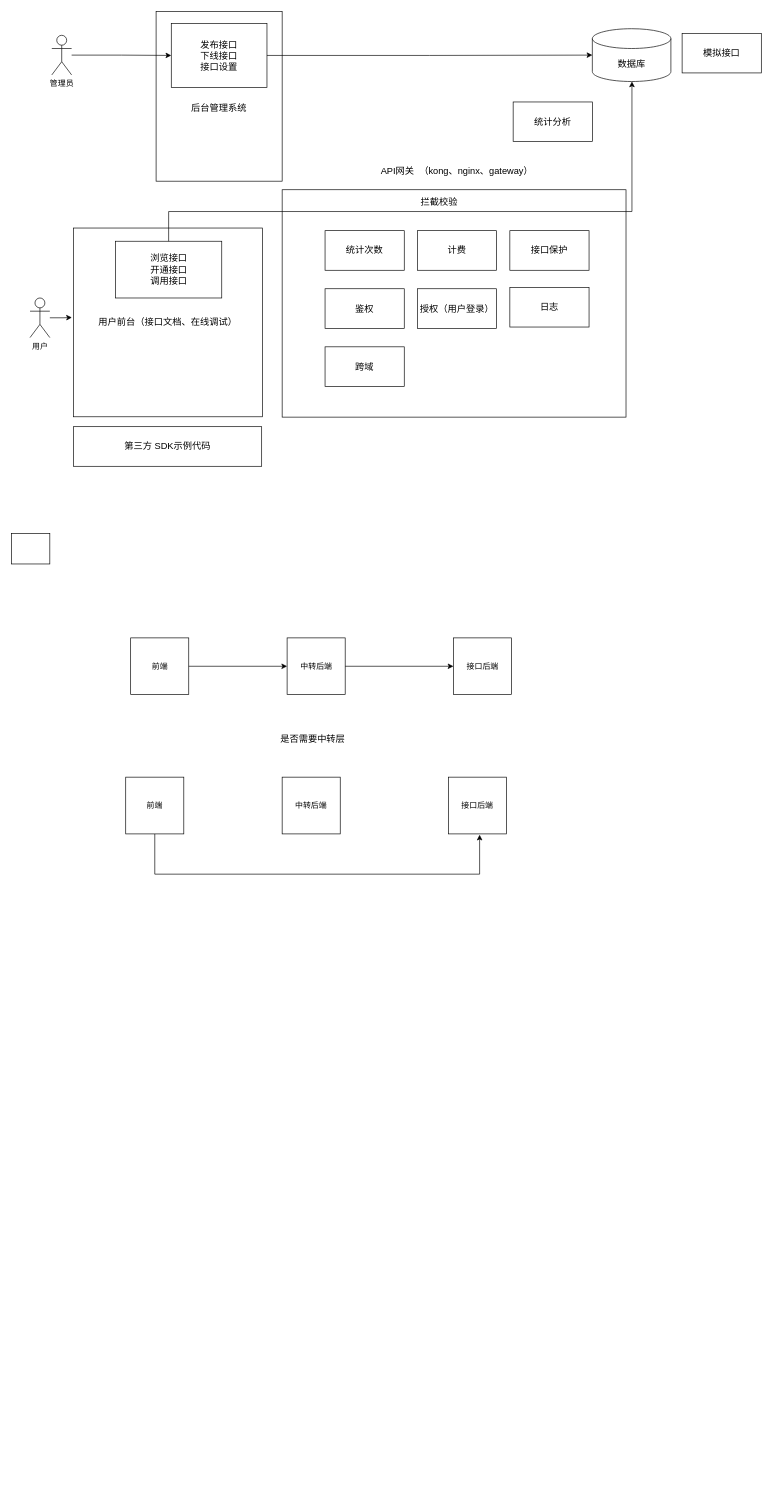
NingWest01/api-interface-open-platform keeps this draw.io diagram as Api接口平台业务流程图.drawio. Above is the earlier version. Source tidied: cells renumbered, new cells numbered last; positions are measured from the earlier drawing's top-left corner, leaving out a move shared by most shapes. Both pictures are drawn from the tidied source at 66%, with x=0, y=0 at pixel (11, 11).
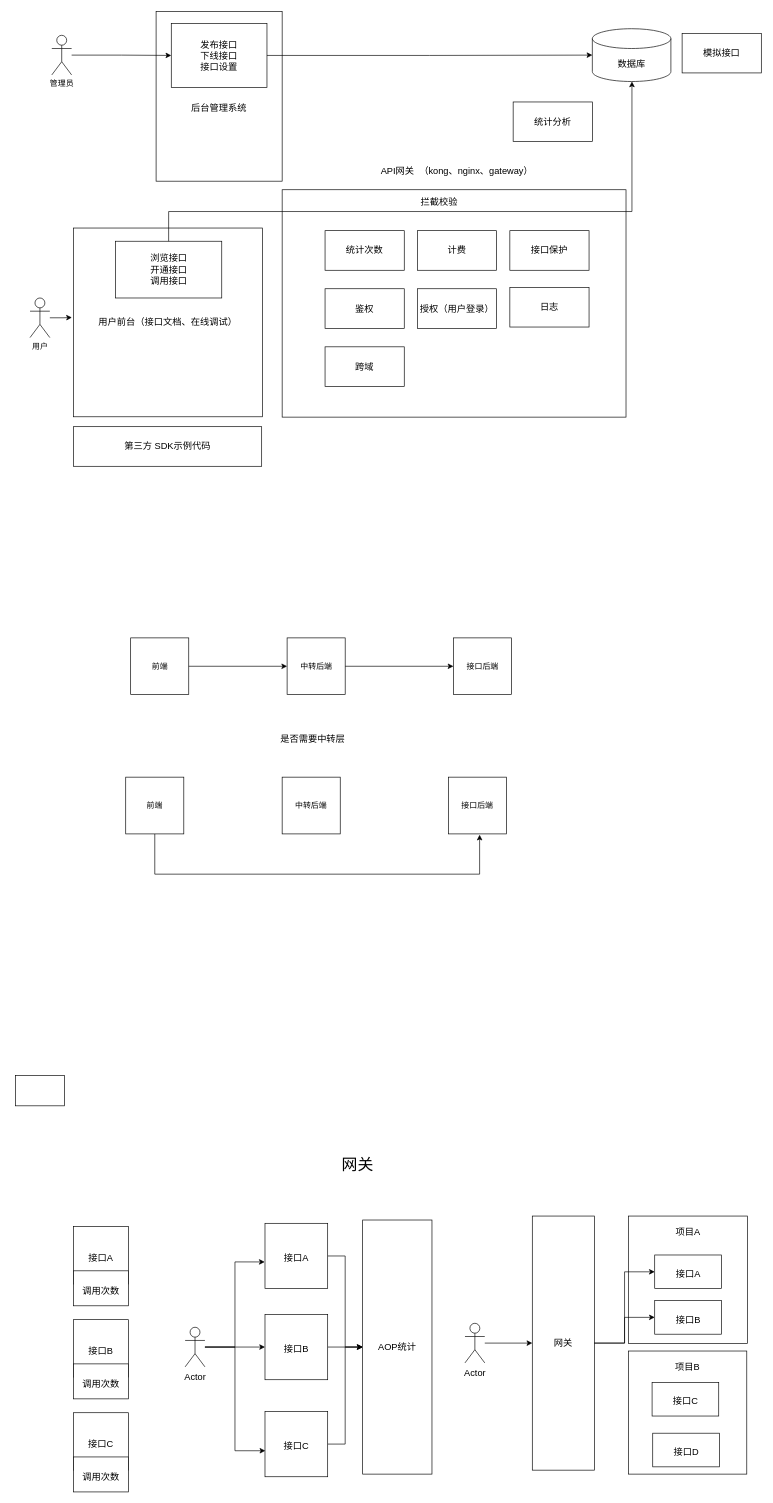
The same diagram, later.

Diff of the diagram source:
```diff
@@
     <mxCell id="28" style="rounded=0;whiteSpace=wrap;html=1;" parent="1" vertex="1">
-      <mxGeometry y="791" width="58" height="46" as="geometry" />
+      <mxGeometry x="6" y="1612" width="74" height="46" as="geometry" />
     </mxCell>
@@
+    <mxCell id="40" value="&lt;font style=&quot;font-size: 24px;&quot;&gt;网关&lt;/font&gt;" style="text;html=1;strokeColor=none;fillColor=none;align=center;verticalAlign=middle;whiteSpace=wrap;rounded=0;" parent="1" vertex="1">
+      <mxGeometry x="384" y="1733" width="281" height="30" as="geometry" />
+    </mxCell>
+    <mxCell id="41" value="&lt;font style=&quot;font-size: 14px;&quot;&gt;接口A&lt;/font&gt;" style="rounded=0;whiteSpace=wrap;html=1;fontSize=24;" parent="1" vertex="1">
+      <mxGeometry x="94" y="1841" width="83" height="87" as="geometry" />
+    </mxCell>
+    <mxCell id="42" value="&lt;span style=&quot;font-size: 14px;&quot;&gt;调用次数&lt;/span&gt;" style="rounded=0;whiteSpace=wrap;html=1;fontSize=24;" parent="1" vertex="1">
+      <mxGeometry x="94" y="1908" width="83" height="53" as="geometry" />
+    </mxCell>
+    <mxCell id="43" value="&lt;font style=&quot;font-size: 14px;&quot;&gt;接口B&lt;/font&gt;" style="rounded=0;whiteSpace=wrap;html=1;fontSize=24;" parent="1" vertex="1">
+      <mxGeometry x="94" y="1982" width="83" height="87" as="geometry" />
+    </mxCell>
+    <mxCell id="44" value="&lt;span style=&quot;font-size: 14px;&quot;&gt;调用次数&lt;/span&gt;" style="rounded=0;whiteSpace=wrap;html=1;fontSize=24;" parent="1" vertex="1">
+      <mxGeometry x="94" y="2049" width="83" height="53" as="geometry" />
+    </mxCell>
+    <mxCell id="45" value="&lt;font style=&quot;font-size: 14px;&quot;&gt;接口C&lt;/font&gt;" style="rounded=0;whiteSpace=wrap;html=1;fontSize=24;" parent="1" vertex="1">
+      <mxGeometry x="94" y="2123" width="83" height="87" as="geometry" />
+    </mxCell>
+    <mxCell id="46" value="&lt;span style=&quot;font-size: 14px;&quot;&gt;调用次数&lt;/span&gt;" style="rounded=0;whiteSpace=wrap;html=1;fontSize=24;" parent="1" vertex="1">
+      <mxGeometry x="94" y="2190" width="83" height="53" as="geometry" />
+    </mxCell>
+    <mxCell id="47" style="edgeStyle=orthogonalEdgeStyle;rounded=0;jettySize=auto;html=1;fontSize=14;" parent="1" edge="1" source="48" target="57">
+      <mxGeometry relative="1" as="geometry" />
+    </mxCell>
+    <mxCell id="48" value="&lt;font style=&quot;font-size: 14px;&quot;&gt;接口A&lt;/font&gt;" style="rounded=0;whiteSpace=wrap;html=1;fontSize=24;" parent="1" vertex="1">
+      <mxGeometry x="384" y="1836" width="95" height="99" as="geometry" />
+    </mxCell>
+    <mxCell id="49" style="edgeStyle=orthogonalEdgeStyle;rounded=0;jettySize=auto;html=1;entryX=0;entryY=0.5;entryDx=0;entryDy=0;fontSize=14;" parent="1" edge="1" source="50" target="57">
+      <mxGeometry relative="1" as="geometry" />
+    </mxCell>
+    <mxCell id="50" value="&lt;font style=&quot;font-size: 14px;&quot;&gt;接口B&lt;/font&gt;" style="rounded=0;whiteSpace=wrap;html=1;fontSize=24;" parent="1" vertex="1">
+      <mxGeometry x="384" y="1974" width="95" height="99" as="geometry" />
+    </mxCell>
+    <mxCell id="51" style="edgeStyle=orthogonalEdgeStyle;rounded=0;jettySize=auto;html=1;entryX=0;entryY=0.5;entryDx=0;entryDy=0;fontSize=14;" parent="1" edge="1" source="52" target="57">
+      <mxGeometry relative="1" as="geometry" />
+    </mxCell>
+    <mxCell id="52" value="&lt;font style=&quot;font-size: 14px;&quot;&gt;接口C&lt;/font&gt;" style="rounded=0;whiteSpace=wrap;html=1;fontSize=24;" parent="1" vertex="1">
+      <mxGeometry x="384" y="2121" width="95" height="99" as="geometry" />
+    </mxCell>
+    <mxCell id="53" style="edgeStyle=orthogonalEdgeStyle;rounded=0;jettySize=auto;html=1;entryX=-0.005;entryY=0.591;entryDx=0;entryDy=0;entryPerimeter=0;fontSize=14;" parent="1" edge="1" source="56" target="48">
+      <mxGeometry relative="1" as="geometry" />
+    </mxCell>
+    <mxCell id="54" style="edgeStyle=orthogonalEdgeStyle;rounded=0;jettySize=auto;html=1;entryX=0;entryY=0.5;entryDx=0;entryDy=0;fontSize=14;" parent="1" edge="1" source="56" target="50">
+      <mxGeometry relative="1" as="geometry" />
+    </mxCell>
+    <mxCell id="55" style="edgeStyle=orthogonalEdgeStyle;rounded=0;jettySize=auto;html=1;entryX=0.005;entryY=0.602;entryDx=0;entryDy=0;entryPerimeter=0;fontSize=14;" parent="1" edge="1" source="56" target="52">
+      <mxGeometry relative="1" as="geometry" />
+    </mxCell>
+    <mxCell id="56" value="Actor" style="shape=umlActor;verticalLabelPosition=bottom;verticalAlign=top;html=1;outlineConnect=0;fontSize=14;" parent="1" vertex="1">
+      <mxGeometry x="263" y="1993.5" width="30" height="60" as="geometry" />
+    </mxCell>
+    <mxCell id="57" value="AOP统计" style="rounded=0;whiteSpace=wrap;html=1;fontSize=14;" parent="1" vertex="1">
+      <mxGeometry x="532" y="1831" width="105" height="385" as="geometry" />
+    </mxCell>
+    <mxCell id="58" style="edgeStyle=orthogonalEdgeStyle;rounded=0;jettySize=auto;html=1;fontSize=14;" parent="1" edge="1" source="59" target="60">
+      <mxGeometry relative="1" as="geometry" />
+    </mxCell>
+    <mxCell id="59" value="Actor" style="shape=umlActor;verticalLabelPosition=bottom;verticalAlign=top;html=1;outlineConnect=0;fontSize=14;" parent="1" vertex="1">
+      <mxGeometry x="687" y="1987.5" width="30" height="60" as="geometry" />
+    </mxCell>
+    <mxCell id="60" value="网关" style="rounded=0;whiteSpace=wrap;html=1;fontSize=14;" parent="1" vertex="1">
+      <mxGeometry x="789" y="1825" width="94" height="385" as="geometry" />
+    </mxCell>
+    <mxCell id="61" value="&lt;font style=&quot;font-size: 14px;&quot;&gt;项目A&lt;/font&gt;" style="rounded=0;whiteSpace=wrap;html=1;fontSize=24;verticalAlign=top;" parent="1" vertex="1">
+      <mxGeometry x="935" y="1825" width="180" height="193" as="geometry" />
+    </mxCell>
+    <mxCell id="62" value="&lt;font style=&quot;font-size: 14px;&quot;&gt;接口A&lt;/font&gt;" style="rounded=0;whiteSpace=wrap;html=1;fontSize=24;" parent="1" vertex="1">
+      <mxGeometry x="974.5" y="1884" width="101" height="51" as="geometry" />
+    </mxCell>
+    <mxCell id="63" value="&lt;font style=&quot;font-size: 14px;&quot;&gt;接口B&lt;/font&gt;" style="rounded=0;whiteSpace=wrap;html=1;fontSize=24;" parent="1" vertex="1">
+      <mxGeometry x="974.5" y="1953" width="101" height="51" as="geometry" />
+    </mxCell>
+    <mxCell id="64" value="&lt;font style=&quot;font-size: 14px;&quot;&gt;项目B&lt;/font&gt;" style="rounded=0;whiteSpace=wrap;html=1;fontSize=24;verticalAlign=top;" parent="1" vertex="1">
+      <mxGeometry x="935" y="2029.5" width="179" height="186.5" as="geometry" />
+    </mxCell>
+    <mxCell id="65" value="&lt;font style=&quot;font-size: 14px;&quot;&gt;接口C&lt;/font&gt;" style="rounded=0;whiteSpace=wrap;html=1;fontSize=24;" parent="1" vertex="1">
+      <mxGeometry x="970.5" y="2077" width="101" height="51" as="geometry" />
+    </mxCell>
+    <mxCell id="66" value="&lt;font style=&quot;font-size: 14px;&quot;&gt;接口D&lt;/font&gt;" style="rounded=0;whiteSpace=wrap;html=1;fontSize=24;" parent="1" vertex="1">
+      <mxGeometry x="971.5" y="2154" width="101" height="51" as="geometry" />
+    </mxCell>
+    <mxCell id="67" style="edgeStyle=orthogonalEdgeStyle;rounded=0;jettySize=auto;html=1;entryX=0;entryY=0.5;entryDx=0;entryDy=0;fontSize=14;" parent="1" edge="1" source="60" target="62">
+      <mxGeometry relative="1" as="geometry" />
+    </mxCell>
+    <mxCell id="68" style="edgeStyle=orthogonalEdgeStyle;rounded=0;jettySize=auto;html=1;entryX=0;entryY=0.5;entryDx=0;entryDy=0;fontSize=14;" parent="1" edge="1" source="60" target="63">
+      <mxGeometry relative="1" as="geometry" />
+    </mxCell>
```
